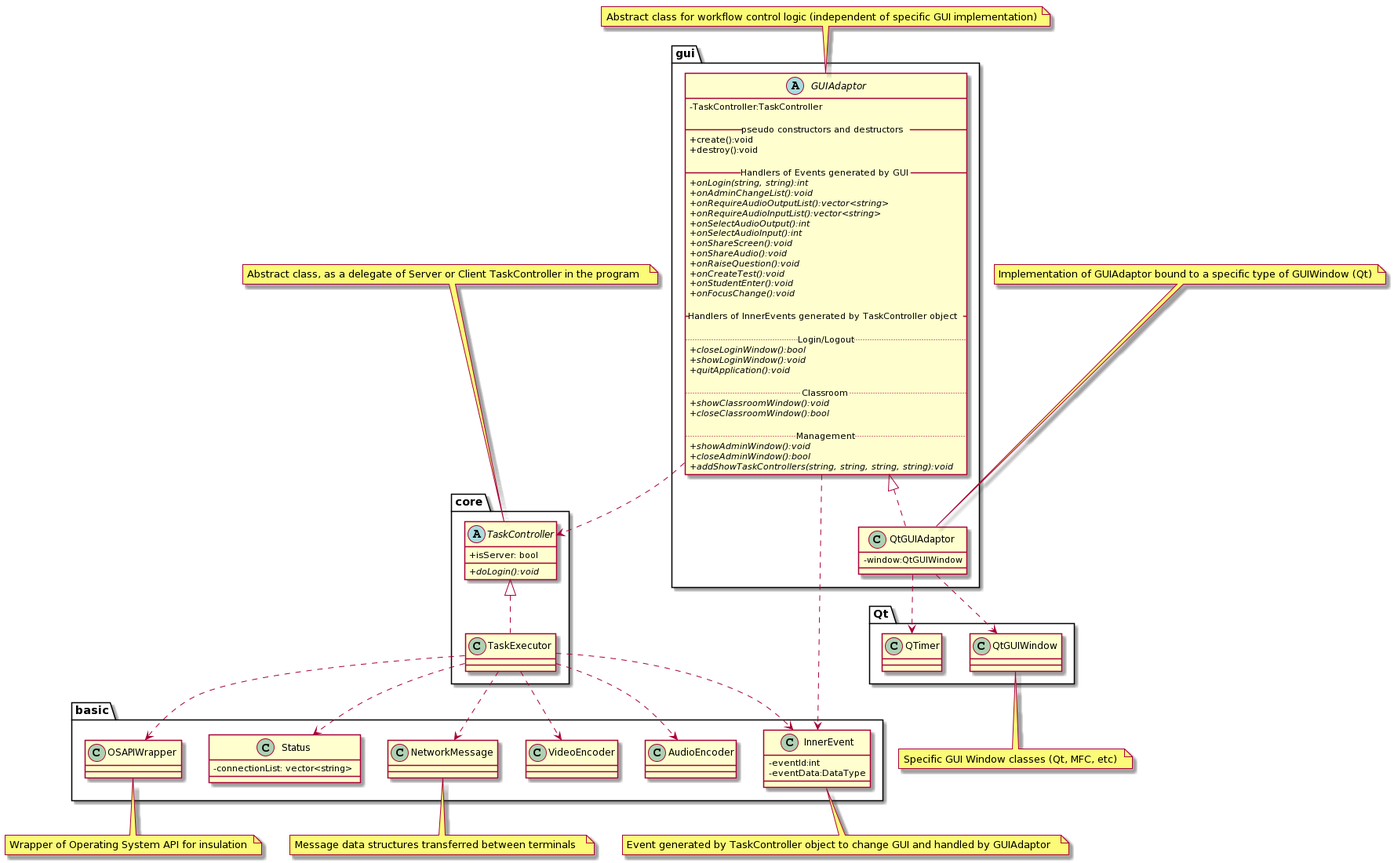
Earlier version of the PlantUML export doc/类图plantUML.png (profthecopyright/Thunder_Class).
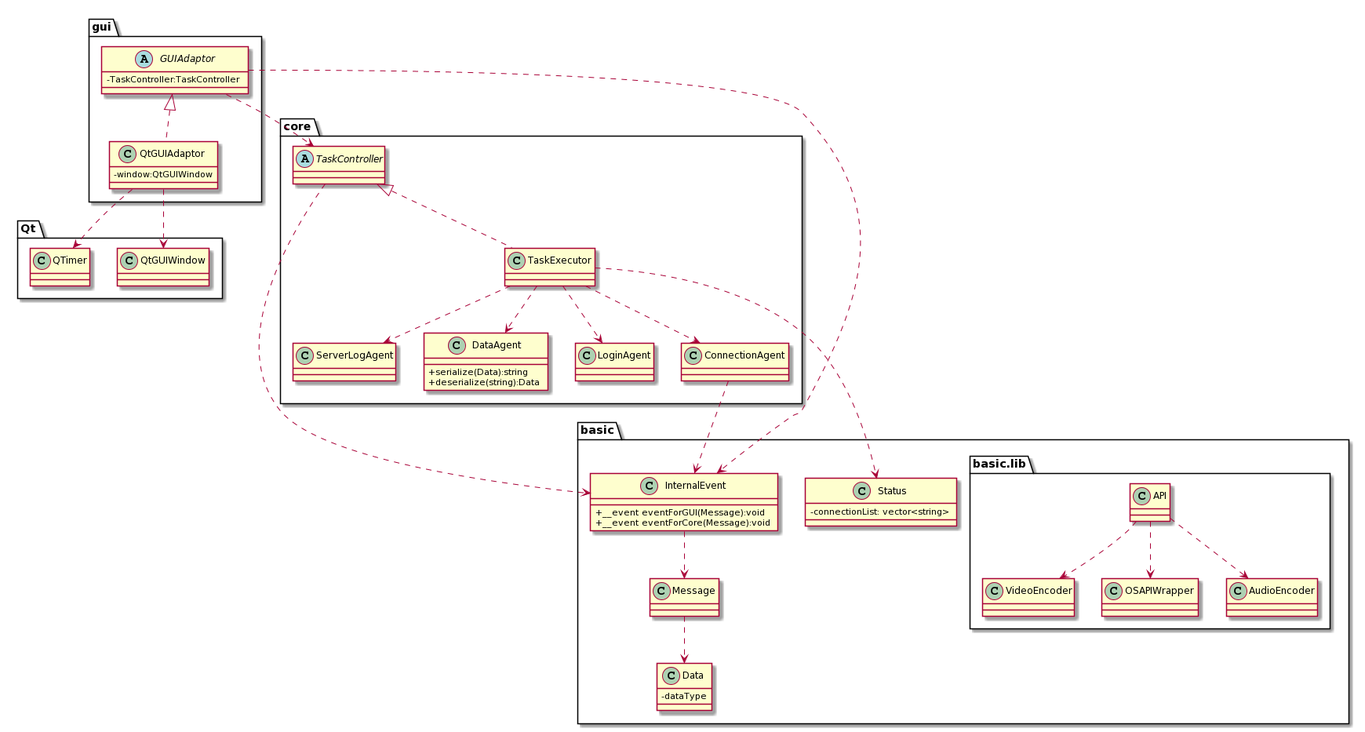
The same diagram one commit later.

Commit message:
类图及类文档更新

Diff of the diagram source:
```diff
@@ -1,20 +1,33 @@
 @startuml
 skinparam classAttributeIconSize 0
+scale max 50000 height
+scale max 50000 width
 
 package basic
 {
-	class OSAPIWrapper
-	class AudioEncoder
-	class VideoEncoder
+
 	class Status
-	class InnerEvent
-	class NetworkMessage
+	class InternalEvent
+	class Message
+	class Data
+
+	package basic.lib
+	{
+		class OSAPIWrapper
+		class AudioEncoder
+		class VideoEncoder
+		class API
+	}
 }
 
 package core
 {
 	class TaskController
 	class TaskExecutor
+	class LoginAgent
+	class ConnectionAgent
+	class ServerLogAgent
+	class DataAgent
 }
 
 package gui
@@ -31,20 +44,43 @@
 
 abstract class TaskController
 {
-	+ isServer: bool
-	+ {abstract} doLogin():void
+
 }
 
-note top of TaskController: Abstract class, as a delegate of Server or Client TaskController in the program
 
 
-class InnerEvent
+class InternalEvent
 {
-	-eventId:int
-	-eventData:DataType
+	+ __event eventForGUI(Message):void
+	+ __event eventForCore(Message):void
 }
 
-note bottom of InnerEvent: Event generated by TaskController object to change GUI and handled by GUIAdaptor
+
+class Data
+{
+	- dataType
+}
+
+class DataAgent
+{
+	+ serialize(Data):string
+	+ deserialize(string):Data
+}
+
+class ConnectionAgent
+{
+
+}
+
+class LoginAgent
+{
+
+}
+
+class ServerLogAgent
+{
+
+}
 
 class Status
 {
@@ -54,68 +90,37 @@
 abstract class GUIAdaptor
 {
 	-TaskController:TaskController
-
-	__ pseudo constructors and destructors __
-	+ create():void
-	+ destroy():void
-
-	__ Handlers of Events generated by GUI  __
-	+ {abstract} onLogin(string, string):int
-	+ {abstract} onAdminChangeList():void
-	+ {abstract} onRequireAudioOutputList():vector<string>
-	+ {abstract} onRequireAudioInputList():vector<string>
-	+ {abstract} onSelectAudioOutput():int
-	+ {abstract} onSelectAudioInput():int
-	+ {abstract} onShareScreen():void
-	+ {abstract} onShareAudio():void
-	+ {abstract} onRaiseQuestion():void
-	+ {abstract} onCreateTest():void
-	+ {abstract} onStudentEnter():void
-	+ {abstract} onFocusChange():void
-
-	__ Handlers of InnerEvents generated by TaskController object  __
-
-	..Login/Logout..
-	+ {abstract} closeLoginWindow():bool
-	+ {abstract} showLoginWindow():void
-	+ {abstract} quitApplication():void
-
-	..Classroom..
-	+ {abstract} showClassroomWindow():void
-	+ {abstract} closeClassroomWindow():bool
-
-	..Management..
-	+ {abstract} showAdminWindow():void
-	+ {abstract} closeAdminWindow():bool
-	+ {abstract} addShowTaskControllers(string, string, string, string):void
 }
-note top of GUIAdaptor: Abstract class for workflow control logic (independent of specific GUI implementation)
-
 
 class QtGUIAdaptor
 {
 	-window:QtGUIWindow
 }
 
-note top of QtGUIAdaptor: Implementation of GUIAdaptor bound to a specific type of GUIWindow (Qt)
-
 GUIAdaptor <|.. QtGUIAdaptor
 TaskController <|.. TaskExecutor
 
-TaskExecutor ..> OSAPIWrapper
-TaskExecutor ..> NetworkMessage
+TaskController ..> InternalEvent
+
+TaskExecutor ..> LoginAgent
+TaskExecutor ..> ConnectionAgent
+TaskExecutor ..> ServerLogAgent
+TaskExecutor ..> DataAgent
 TaskExecutor ..> Status
-TaskExecutor ..> InnerEvent
 
-TaskExecutor ..> VideoEncoder
-TaskExecutor ..> AudioEncoder
 
-GUIAdaptor ..> TaskController
-GUIAdaptor ..>InnerEvent
 QtGUIAdaptor ..> QtGUIWindow
 QtGUIAdaptor ..> QTimer
 
-note bottom of QtGUIWindow: Specific GUI Window classes (Qt, MFC, etc)
-note bottom of NetworkMessage: Message data structures transferred between terminals
-note bottom of OSAPIWrapper: Wrapper of Operating System API for insulation
+GUIAdaptor ..> InternalEvent
+GUIAdaptor ..> TaskController
+
+
+Message ..> Data
+InternalEvent ..> Message
+ConnectionAgent ..>InternalEvent
+
+API ..> OSAPIWrapper
+API ..> AudioEncoder
+API ..> VideoEncoder
 @enduml
```
